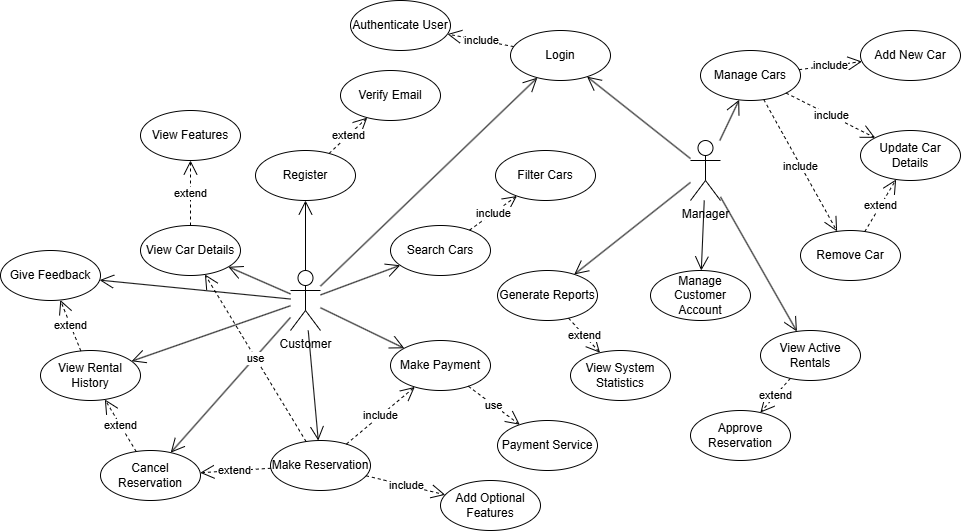
This is lab2/use_case.png from warterer/KPI, a draw.io export, as it was before one commit. Source tidied: cells renumbered, new cells last; positions are measured from the earlier drawing's top-left corner, leaving out a move shared by most shapes. Source of this version:
```xml
<mxGraphModel>
  <root>
    <mxCell id="0" />
    <mxCell id="1" parent="0" />
    <mxCell id="2" value="Manager" style="shape=umlActor;verticalLabelPosition=bottom;verticalAlign=top;html=1;" parent="1" vertex="1">
      <mxGeometry x="690" y="140" width="30" height="60" as="geometry" />
    </mxCell>
    <mxCell id="3" value="Customer" style="shape=umlActor;verticalLabelPosition=bottom;verticalAlign=top;html=1;" parent="1" vertex="1">
      <mxGeometry x="290" y="270" width="30" height="60" as="geometry" />
    </mxCell>
    <mxCell id="4" value="Register" style="ellipse;whiteSpace=wrap;html=1;" parent="1" vertex="1">
      <mxGeometry x="255" y="150" width="100" height="50" as="geometry" />
    </mxCell>
    <mxCell id="5" value="Login" style="ellipse;whiteSpace=wrap;html=1;" parent="1" vertex="1">
      <mxGeometry x="510" y="30" width="100" height="50" as="geometry" />
    </mxCell>
    <mxCell id="6" value="Search Cars" style="ellipse;whiteSpace=wrap;html=1;" parent="1" vertex="1">
      <mxGeometry x="390" y="225" width="100" height="50" as="geometry" />
    </mxCell>
    <mxCell id="7" value="View Car Details" style="ellipse;whiteSpace=wrap;html=1;" parent="1" vertex="1">
      <mxGeometry x="140" y="225" width="100" height="50" as="geometry" />
    </mxCell>
    <mxCell id="8" value="Make Reservation" style="ellipse;whiteSpace=wrap;html=1;" parent="1" vertex="1">
      <mxGeometry x="270" y="440" width="100" height="50" as="geometry" />
    </mxCell>
    <mxCell id="9" value="Make Payment" style="ellipse;whiteSpace=wrap;html=1;" parent="1" vertex="1">
      <mxGeometry x="390" y="340" width="100" height="50" as="geometry" />
    </mxCell>
    <mxCell id="10" value="Cancel Reservation" style="ellipse;whiteSpace=wrap;html=1;" parent="1" vertex="1">
      <mxGeometry x="100" y="450" width="100" height="50" as="geometry" />
    </mxCell>
    <mxCell id="11" value="View Rental History" style="ellipse;whiteSpace=wrap;html=1;" parent="1" vertex="1">
      <mxGeometry x="40" y="350" width="100" height="50" as="geometry" />
    </mxCell>
    <mxCell id="12" value="Add New Car" style="ellipse;whiteSpace=wrap;html=1;" parent="1" vertex="1">
      <mxGeometry x="860" y="30" width="100" height="50" as="geometry" />
    </mxCell>
    <mxCell id="13" value="Verify Email" style="ellipse;whiteSpace=wrap;html=1;" parent="1" vertex="1">
      <mxGeometry x="340" y="70" width="100" height="50" as="geometry" />
    </mxCell>
    <mxCell id="14" value="Authenticate User" style="ellipse;whiteSpace=wrap;html=1;" parent="1" vertex="1">
      <mxGeometry x="350" width="100" height="50" as="geometry" />
    </mxCell>
    <mxCell id="15" value="Filter Cars" style="ellipse;whiteSpace=wrap;html=1;" parent="1" vertex="1">
      <mxGeometry x="495" y="150" width="100" height="50" as="geometry" />
    </mxCell>
    <mxCell id="16" value="View Features" style="ellipse;whiteSpace=wrap;html=1;" parent="1" vertex="1">
      <mxGeometry x="140" y="110" width="100" height="50" as="geometry" />
    </mxCell>
    <mxCell id="17" value="Give Feedback" style="ellipse;whiteSpace=wrap;html=1;" parent="1" vertex="1">
      <mxGeometry y="250" width="100" height="50" as="geometry" />
    </mxCell>
    <mxCell id="18" value="Update Car Details" style="ellipse;whiteSpace=wrap;html=1;" parent="1" vertex="1">
      <mxGeometry x="860" y="130" width="100" height="50" as="geometry" />
    </mxCell>
    <mxCell id="19" value="Remove Car" style="ellipse;whiteSpace=wrap;html=1;" parent="1" vertex="1">
      <mxGeometry x="800" y="230" width="100" height="50" as="geometry" />
    </mxCell>
    <mxCell id="20" value="View Active Rentals" style="ellipse;whiteSpace=wrap;html=1;" parent="1" vertex="1">
      <mxGeometry x="760" y="330" width="100" height="50" as="geometry" />
    </mxCell>
    <mxCell id="21" value="Generate Reports" style="ellipse;whiteSpace=wrap;html=1;" parent="1" vertex="1">
      <mxGeometry x="497" y="270" width="100" height="50" as="geometry" />
    </mxCell>
    <mxCell id="22" value="Manage Customer Account" style="ellipse;whiteSpace=wrap;html=1;" parent="1" vertex="1">
      <mxGeometry x="650" y="270" width="100" height="50" as="geometry" />
    </mxCell>
    <mxCell id="23" value="View System Statistics" style="ellipse;whiteSpace=wrap;html=1;" parent="1" vertex="1">
      <mxGeometry x="570" y="350" width="100" height="50" as="geometry" />
    </mxCell>
    <mxCell id="24" value="include" style="endArrow=open;endSize=12;dashed=1;html=1;rounded=0;" parent="1" edge="1" source="5" target="14">
      <mxGeometry relative="1" as="geometry" />
    </mxCell>
    <mxCell id="25" value="include" style="endArrow=open;endSize=12;dashed=1;html=1;rounded=0;" parent="1" edge="1" source="6" target="15">
      <mxGeometry x="0.01" relative="1" as="geometry" />
    </mxCell>
    <mxCell id="26" value="include" style="endArrow=open;endSize=12;dashed=1;html=1;rounded=0;" parent="1" edge="1" source="8" target="27">
      <mxGeometry relative="1" as="geometry" />
    </mxCell>
    <mxCell id="27" value="Add Optional Features" style="ellipse;whiteSpace=wrap;html=1;" parent="1" vertex="1">
      <mxGeometry x="440" y="480" width="100" height="50" as="geometry" />
    </mxCell>
    <mxCell id="28" value="extend" style="endArrow=open;endSize=12;dashed=1;html=1;rounded=0;" parent="1" edge="1" source="4" target="13">
      <mxGeometry relative="1" as="geometry" />
    </mxCell>
    <mxCell id="29" value="extend" style="endArrow=open;endSize=12;dashed=1;html=1;rounded=0;" parent="1" edge="1" source="8" target="10">
      <mxGeometry relative="1" as="geometry" />
    </mxCell>
    <mxCell id="30" value="extend" style="endArrow=open;endSize=12;dashed=1;html=1;rounded=0;" parent="1" edge="1" source="10" target="11">
      <mxGeometry relative="1" as="geometry" />
    </mxCell>
    <mxCell id="31" value="extend" style="endArrow=open;endSize=12;dashed=1;html=1;rounded=0;" parent="1" edge="1" source="11" target="17">
      <mxGeometry relative="1" as="geometry" />
    </mxCell>
    <mxCell id="32" value="extend" style="endArrow=open;endSize=12;dashed=1;html=1;rounded=0;" parent="1" edge="1" source="7" target="16">
      <mxGeometry relative="1" as="geometry" />
    </mxCell>
    <mxCell id="33" value="extend" style="endArrow=open;endSize=12;dashed=1;html=1;rounded=0;" parent="1" edge="1" source="19" target="18">
      <mxGeometry relative="1" as="geometry" />
    </mxCell>
    <mxCell id="34" value="Approve Reservation" style="ellipse;whiteSpace=wrap;html=1;" parent="1" vertex="1">
      <mxGeometry x="690" y="410" width="100" height="50" as="geometry" />
    </mxCell>
    <mxCell id="35" value="extend" style="endArrow=open;endSize=12;dashed=1;html=1;rounded=0;" parent="1" edge="1" source="20" target="34">
      <mxGeometry relative="1" as="geometry" />
    </mxCell>
    <mxCell id="36" value="extend" style="endArrow=open;endSize=12;dashed=1;html=1;rounded=0;" parent="1" edge="1" source="21" target="23">
      <mxGeometry relative="1" as="geometry" />
    </mxCell>
    <mxCell id="37" style="endArrow=open;endFill=1;endSize=12;html=1;rounded=0;" parent="1" edge="1" source="3" target="4">
      <mxGeometry relative="1" as="geometry" />
    </mxCell>
    <mxCell id="38" style="endArrow=open;endFill=1;endSize=12;html=1;rounded=0;" parent="1" edge="1" source="3" target="5">
      <mxGeometry relative="1" as="geometry" />
    </mxCell>
    <mxCell id="39" style="endArrow=open;endFill=1;endSize=12;html=1;rounded=0;" parent="1" edge="1" source="3" target="6">
      <mxGeometry relative="1" as="geometry" />
    </mxCell>
    <mxCell id="40" style="endArrow=open;endFill=1;endSize=12;html=1;rounded=0;" parent="1" edge="1" source="3" target="7">
      <mxGeometry relative="1" as="geometry" />
    </mxCell>
    <mxCell id="41" style="endArrow=open;endFill=1;endSize=12;html=1;rounded=0;" parent="1" edge="1" source="3" target="8">
      <mxGeometry relative="1" as="geometry" />
    </mxCell>
    <mxCell id="42" style="endArrow=open;endFill=1;endSize=12;html=1;rounded=0;" parent="1" edge="1" source="3" target="10">
      <mxGeometry relative="1" as="geometry" />
    </mxCell>
    <mxCell id="43" style="endArrow=open;endFill=1;endSize=12;html=1;rounded=0;" parent="1" edge="1" source="3" target="11">
      <mxGeometry relative="1" as="geometry" />
    </mxCell>
    <mxCell id="44" style="endArrow=open;endFill=1;endSize=12;html=1;rounded=0;" parent="1" edge="1" source="2" target="5">
      <mxGeometry relative="1" as="geometry" />
    </mxCell>
    <mxCell id="45" style="endArrow=open;endFill=1;endSize=12;html=1;rounded=0;" parent="1" edge="1" source="3" target="9">
      <mxGeometry relative="1" as="geometry" />
    </mxCell>
    <mxCell id="46" style="endArrow=open;endFill=1;endSize=12;html=1;rounded=0;" parent="1" edge="1" source="3" target="17">
      <mxGeometry relative="1" as="geometry" />
    </mxCell>
    <mxCell id="47" style="endArrow=open;endFill=1;endSize=12;html=1;rounded=0;" parent="1" edge="1" source="2" target="20">
      <mxGeometry relative="1" as="geometry" />
    </mxCell>
    <mxCell id="48" style="endArrow=open;endFill=1;endSize=12;html=1;rounded=0;" parent="1" edge="1" source="2" target="21">
      <mxGeometry relative="1" as="geometry" />
    </mxCell>
    <mxCell id="49" style="endArrow=open;endFill=1;endSize=12;html=1;rounded=0;" parent="1" edge="1" source="2" target="22">
      <mxGeometry relative="1" as="geometry" />
    </mxCell>
    <mxCell id="50" value="include" style="endArrow=open;endSize=12;dashed=1;html=1;rounded=0;" parent="1" edge="1" source="8" target="9">
      <mxGeometry relative="1" as="geometry" />
    </mxCell>
    <mxCell id="51" value="use" style="endArrow=open;endSize=12;dashed=1;html=1;rounded=0;" parent="1" edge="1" source="8" target="7">
      <mxGeometry relative="1" as="geometry" />
    </mxCell>
    <mxCell id="52" value="Payment Service" style="ellipse;whiteSpace=wrap;html=1;" parent="1" vertex="1">
      <mxGeometry x="497" y="420" width="100" height="50" as="geometry" />
    </mxCell>
    <mxCell id="53" value="use" style="endArrow=open;endSize=12;dashed=1;html=1;rounded=0;" parent="1" edge="1" source="9" target="52">
      <mxGeometry relative="1" as="geometry" />
    </mxCell>
    <mxCell id="54" style="endArrow=open;endFill=1;endSize=12;html=1;rounded=0;" parent="1" edge="1" source="2" target="55">
      <mxGeometry relative="1" as="geometry" />
    </mxCell>
    <mxCell id="55" value="Manage Cars" style="ellipse;whiteSpace=wrap;html=1;" parent="1" vertex="1">
      <mxGeometry x="700" y="50" width="100" height="50" as="geometry" />
    </mxCell>
    <mxCell id="56" value="include" style="endArrow=open;endSize=12;dashed=1;html=1;rounded=0;" parent="1" edge="1" source="55" target="12">
      <mxGeometry x="0.01" relative="1" as="geometry" />
    </mxCell>
    <mxCell id="57" value="include" style="endArrow=open;endSize=12;dashed=1;html=1;rounded=0;" parent="1" edge="1" source="55" target="18">
      <mxGeometry x="0.01" relative="1" as="geometry" />
    </mxCell>
    <mxCell id="58" value="include" style="endArrow=open;endSize=12;dashed=1;html=1;rounded=0;" parent="1" edge="1" source="55" target="19">
      <mxGeometry x="0.01" relative="1" as="geometry" />
    </mxCell>
  </root>
</mxGraphModel>
```
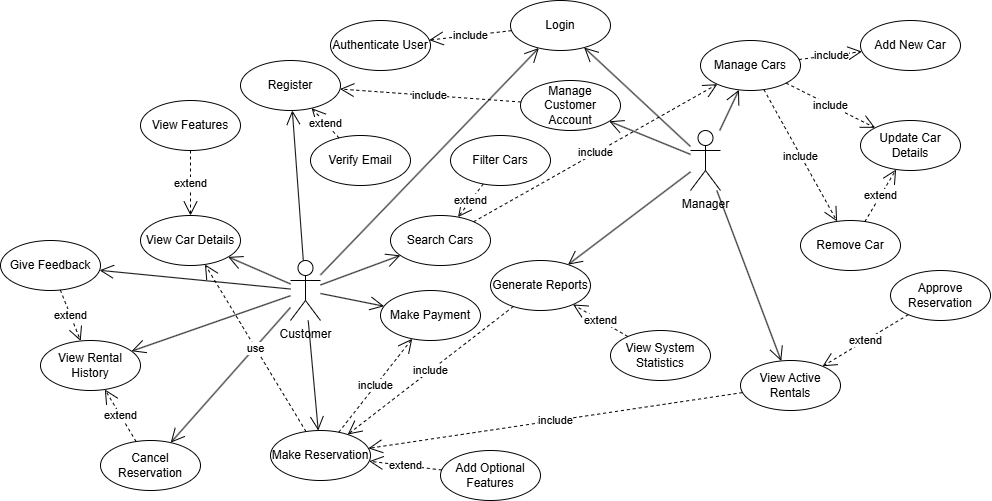
After the commit.

Commit message:
Modified use case diagram

What changed in the source:
```diff
@@ -9,10 +9,10 @@
       <mxGeometry x="290" y="270" width="30" height="60" as="geometry" />
     </mxCell>
     <mxCell id="4" value="Register" style="ellipse;whiteSpace=wrap;html=1;" parent="1" vertex="1">
-      <mxGeometry x="255" y="150" width="100" height="50" as="geometry" />
+      <mxGeometry x="240" y="70" width="100" height="50" as="geometry" />
     </mxCell>
     <mxCell id="5" value="Login" style="ellipse;whiteSpace=wrap;html=1;" parent="1" vertex="1">
-      <mxGeometry x="510" y="30" width="100" height="50" as="geometry" />
+      <mxGeometry x="510" y="10" width="100" height="50" as="geometry" />
     </mxCell>
     <mxCell id="6" value="Search Cars" style="ellipse;whiteSpace=wrap;html=1;" parent="1" vertex="1">
       <mxGeometry x="390" y="225" width="100" height="50" as="geometry" />
@@ -24,7 +24,7 @@
       <mxGeometry x="270" y="440" width="100" height="50" as="geometry" />
     </mxCell>
     <mxCell id="9" value="Make Payment" style="ellipse;whiteSpace=wrap;html=1;" parent="1" vertex="1">
-      <mxGeometry x="390" y="340" width="100" height="50" as="geometry" />
+      <mxGeometry x="380" y="300" width="100" height="50" as="geometry" />
     </mxCell>
     <mxCell id="10" value="Cancel Reservation" style="ellipse;whiteSpace=wrap;html=1;" parent="1" vertex="1">
       <mxGeometry x="100" y="450" width="100" height="50" as="geometry" />
@@ -36,13 +36,13 @@
       <mxGeometry x="860" y="30" width="100" height="50" as="geometry" />
     </mxCell>
     <mxCell id="13" value="Verify Email" style="ellipse;whiteSpace=wrap;html=1;" parent="1" vertex="1">
-      <mxGeometry x="340" y="70" width="100" height="50" as="geometry" />
+      <mxGeometry x="310" y="145" width="100" height="50" as="geometry" />
     </mxCell>
     <mxCell id="14" value="Authenticate User" style="ellipse;whiteSpace=wrap;html=1;" parent="1" vertex="1">
-      <mxGeometry x="350" width="100" height="50" as="geometry" />
+      <mxGeometry x="330" y="30" width="100" height="50" as="geometry" />
     </mxCell>
     <mxCell id="15" value="Filter Cars" style="ellipse;whiteSpace=wrap;html=1;" parent="1" vertex="1">
-      <mxGeometry x="495" y="150" width="100" height="50" as="geometry" />
+      <mxGeometry x="450" y="145" width="100" height="50" as="geometry" />
     </mxCell>
     <mxCell id="16" value="View Features" style="ellipse;whiteSpace=wrap;html=1;" parent="1" vertex="1">
       <mxGeometry x="140" y="110" width="100" height="50" as="geometry" />
@@ -57,56 +57,41 @@
       <mxGeometry x="800" y="230" width="100" height="50" as="geometry" />
     </mxCell>
     <mxCell id="20" value="View Active Rentals" style="ellipse;whiteSpace=wrap;html=1;" parent="1" vertex="1">
-      <mxGeometry x="760" y="330" width="100" height="50" as="geometry" />
+      <mxGeometry x="740" y="370" width="100" height="50" as="geometry" />
     </mxCell>
     <mxCell id="21" value="Generate Reports" style="ellipse;whiteSpace=wrap;html=1;" parent="1" vertex="1">
-      <mxGeometry x="497" y="270" width="100" height="50" as="geometry" />
+      <mxGeometry x="490" y="270" width="100" height="50" as="geometry" />
     </mxCell>
     <mxCell id="22" value="Manage Customer Account" style="ellipse;whiteSpace=wrap;html=1;" parent="1" vertex="1">
-      <mxGeometry x="650" y="270" width="100" height="50" as="geometry" />
+      <mxGeometry x="520" y="90" width="100" height="50" as="geometry" />
     </mxCell>
     <mxCell id="23" value="View System Statistics" style="ellipse;whiteSpace=wrap;html=1;" parent="1" vertex="1">
-      <mxGeometry x="570" y="350" width="100" height="50" as="geometry" />
+      <mxGeometry x="610" y="340" width="100" height="50" as="geometry" />
     </mxCell>
     <mxCell id="24" value="include" style="endArrow=open;endSize=12;dashed=1;html=1;rounded=0;" parent="1" edge="1" source="5" target="14">
       <mxGeometry relative="1" as="geometry" />
     </mxCell>
-    <mxCell id="25" value="include" style="endArrow=open;endSize=12;dashed=1;html=1;rounded=0;" parent="1" edge="1" source="6" target="15">
-      <mxGeometry x="0.01" relative="1" as="geometry" />
-    </mxCell>
-    <mxCell id="26" value="include" style="endArrow=open;endSize=12;dashed=1;html=1;rounded=0;" parent="1" edge="1" source="8" target="27">
-      <mxGeometry relative="1" as="geometry" />
-    </mxCell>
     <mxCell id="27" value="Add Optional Features" style="ellipse;whiteSpace=wrap;html=1;" parent="1" vertex="1">
-      <mxGeometry x="440" y="480" width="100" height="50" as="geometry" />
+      <mxGeometry x="440" y="460" width="100" height="50" as="geometry" />
     </mxCell>
-    <mxCell id="28" value="extend" style="endArrow=open;endSize=12;dashed=1;html=1;rounded=0;" parent="1" edge="1" source="4" target="13">
+    <mxCell id="28" value="extend" style="endArrow=open;endSize=12;dashed=1;html=1;rounded=0;" parent="1" edge="1" source="13" target="4">
       <mxGeometry relative="1" as="geometry" />
     </mxCell>
-    <mxCell id="29" value="extend" style="endArrow=open;endSize=12;dashed=1;html=1;rounded=0;" parent="1" edge="1" source="8" target="10">
-      <mxGeometry relative="1" as="geometry" />
-    </mxCell>
     <mxCell id="30" value="extend" style="endArrow=open;endSize=12;dashed=1;html=1;rounded=0;" parent="1" edge="1" source="10" target="11">
       <mxGeometry relative="1" as="geometry" />
     </mxCell>
-    <mxCell id="31" value="extend" style="endArrow=open;endSize=12;dashed=1;html=1;rounded=0;" parent="1" edge="1" source="11" target="17">
+    <mxCell id="31" value="extend" style="endArrow=open;endSize=12;dashed=1;html=1;rounded=0;" parent="1" edge="1" source="17" target="11">
       <mxGeometry relative="1" as="geometry" />
     </mxCell>
-    <mxCell id="32" value="extend" style="endArrow=open;endSize=12;dashed=1;html=1;rounded=0;" parent="1" edge="1" source="7" target="16">
-      <mxGeometry relative="1" as="geometry" />
+    <mxCell id="32" value="extend" style="endArrow=open;endSize=12;dashed=1;html=1;rounded=0;" parent="1" edge="1" source="16" target="7">
+      <mxGeometry x="0.02" relative="1" as="geometry" />
     </mxCell>
     <mxCell id="33" value="extend" style="endArrow=open;endSize=12;dashed=1;html=1;rounded=0;" parent="1" edge="1" source="19" target="18">
       <mxGeometry relative="1" as="geometry" />
     </mxCell>
     <mxCell id="34" value="Approve Reservation" style="ellipse;whiteSpace=wrap;html=1;" parent="1" vertex="1">
-      <mxGeometry x="690" y="410" width="100" height="50" as="geometry" />
+      <mxGeometry x="890" y="280" width="100" height="50" as="geometry" />
     </mxCell>
-    <mxCell id="35" value="extend" style="endArrow=open;endSize=12;dashed=1;html=1;rounded=0;" parent="1" edge="1" source="20" target="34">
-      <mxGeometry relative="1" as="geometry" />
-    </mxCell>
-    <mxCell id="36" value="extend" style="endArrow=open;endSize=12;dashed=1;html=1;rounded=0;" parent="1" edge="1" source="21" target="23">
-      <mxGeometry relative="1" as="geometry" />
-    </mxCell>
     <mxCell id="37" style="endArrow=open;endFill=1;endSize=12;html=1;rounded=0;" parent="1" edge="1" source="3" target="4">
       <mxGeometry relative="1" as="geometry" />
     </mxCell>
@@ -152,12 +137,6 @@
     <mxCell id="51" value="use" style="endArrow=open;endSize=12;dashed=1;html=1;rounded=0;" parent="1" edge="1" source="8" target="7">
       <mxGeometry relative="1" as="geometry" />
     </mxCell>
-    <mxCell id="52" value="Payment Service" style="ellipse;whiteSpace=wrap;html=1;" parent="1" vertex="1">
-      <mxGeometry x="497" y="420" width="100" height="50" as="geometry" />
-    </mxCell>
-    <mxCell id="53" value="use" style="endArrow=open;endSize=12;dashed=1;html=1;rounded=0;" parent="1" edge="1" source="9" target="52">
-      <mxGeometry relative="1" as="geometry" />
-    </mxCell>
     <mxCell id="54" style="endArrow=open;endFill=1;endSize=12;html=1;rounded=0;" parent="1" edge="1" source="2" target="55">
       <mxGeometry relative="1" as="geometry" />
     </mxCell>
@@ -173,5 +152,29 @@
     <mxCell id="58" value="include" style="endArrow=open;endSize=12;dashed=1;html=1;rounded=0;" parent="1" edge="1" source="55" target="19">
       <mxGeometry x="0.01" relative="1" as="geometry" />
     </mxCell>
+    <mxCell id="59" value="extend" style="endArrow=open;endSize=12;dashed=1;html=1;rounded=0;" parent="1" edge="1" source="27" target="8">
+      <mxGeometry relative="1" as="geometry" />
+    </mxCell>
+    <mxCell id="60" value="extend" style="endArrow=open;endSize=12;dashed=1;html=1;rounded=0;" parent="1" edge="1" source="15" target="6">
+      <mxGeometry relative="1" as="geometry" />
+    </mxCell>
+    <mxCell id="61" value="extend" style="endArrow=open;endSize=12;dashed=1;html=1;rounded=0;" parent="1" edge="1" source="23" target="21">
+      <mxGeometry relative="1" as="geometry" />
+    </mxCell>
+    <mxCell id="62" value="extend" style="endArrow=open;endSize=12;dashed=1;html=1;rounded=0;" parent="1" edge="1" source="34" target="20">
+      <mxGeometry x="0.01" relative="1" as="geometry" />
+    </mxCell>
+    <mxCell id="63" value="include" style="endArrow=open;endSize=12;dashed=1;html=1;rounded=0;" parent="1" edge="1" source="6" target="55">
+      <mxGeometry relative="1" as="geometry" />
+    </mxCell>
+    <mxCell id="64" value="include" style="endArrow=open;endSize=12;dashed=1;html=1;rounded=0;" parent="1" edge="1" source="20" target="8">
+      <mxGeometry relative="1" as="geometry" />
+    </mxCell>
+    <mxCell id="65" value="include" style="endArrow=open;endSize=12;dashed=1;html=1;rounded=0;" parent="1" edge="1" source="21" target="8">
+      <mxGeometry relative="1" as="geometry" />
+    </mxCell>
+    <mxCell id="66" value="include" style="endArrow=open;endSize=12;dashed=1;html=1;rounded=0;" parent="1" edge="1" source="22" target="4">
+      <mxGeometry relative="1" as="geometry" />
+    </mxCell>
   </root>
 </mxGraphModel>
```
